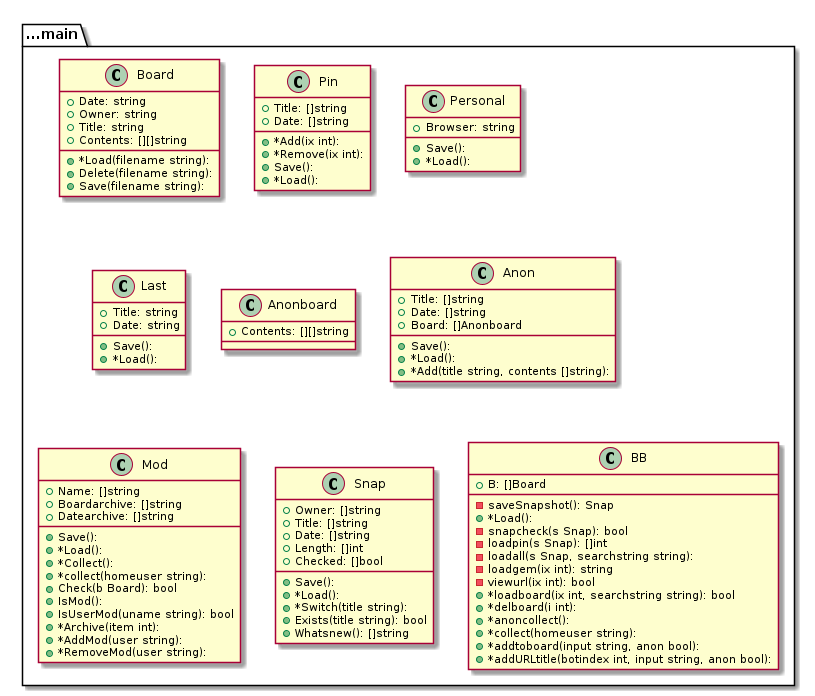
Above: graph.png in tbal999/bb (PlantUML), before the change.
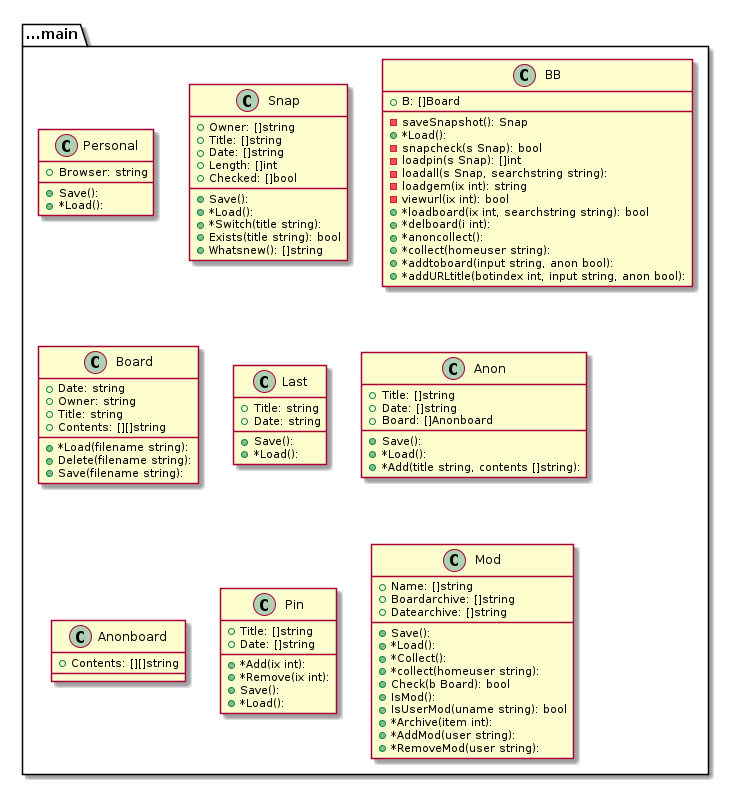
After the change.

Change to the diagram source:
```diff
@@ -1,71 +1,9 @@
 @startuml
-package ...main{
-class Board {
-+Date: string
-+Owner: string
-+Title: string
-+Contents: [][]string
-+*Load(filename string):
-+Delete(filename string):
-+Save(filename string):
-}
-}
-package ...main{
-class Pin {
-+Title: []string
-+Date: []string
-+*Add(ix int):
-+*Remove(ix int):
-+Save():
-+*Load():
-}
-}
 package ...main{
 class Personal {
 +Browser: string
 +Save():
 +*Load():
-}
-}
-package ...main{
-class Last {
-+Title: string
-+Date: string
-+Save():
-+*Load():
-}
-}
-package ...main{
-class Anonboard {
-+Contents: [][]string
-
-}
-}
-package ...main{
-class Anon {
-+Title: []string
-+Date: []string
-+Board: []Anonboard
-+Save():
-+*Load():
-+*Add(title string, contents []string):
-}
-}
-package ...main{
-class Mod {
-+Name: []string
-+Boardarchive: []string
-+Datearchive: []string
-+Save():
-+*Load():
-+*Collect():
-+*collect(homeuser string):
-+Check(b Board): bool
-+IsMod():
-+IsUserMod(uname string): bool
-+*Archive(item int):
-+*AddMod(user string):
-+*RemoveMod(user string):
 }
 }
 package ...main{
@@ -100,5 +38,67 @@
 +*addURLtitle(botindex int, input string, anon bool):
 }
 }
+package ...main{
+class Board {
++Date: string
++Owner: string
++Title: string
++Contents: [][]string
++*Load(filename string):
++Delete(filename string):
++Save(filename string):
+}
+}
+package ...main{
+class Last {
++Title: string
++Date: string
++Save():
++*Load():
+}
+}
+package ...main{
+class Anon {
++Title: []string
++Date: []string
++Board: []Anonboard
++Save():
++*Load():
++*Add(title string, contents []string):
+}
+}
+package ...main{
+class Anonboard {
++Contents: [][]string
+
+}
+}
+package ...main{
+class Pin {
++Title: []string
++Date: []string
++*Add(ix int):
++*Remove(ix int):
++Save():
++*Load():
+}
+}
+package ...main{
+class Mod {
++Name: []string
++Boardarchive: []string
++Datearchive: []string
++Save():
++*Load():
++*Collect():
++*collect(homeuser string):
++Check(b Board): bool
++IsMod():
++IsUserMod(uname string): bool
++*Archive(item int):
++*AddMod(user string):
++*RemoveMod(user string):
+}
+}
 
 @enduml
```
